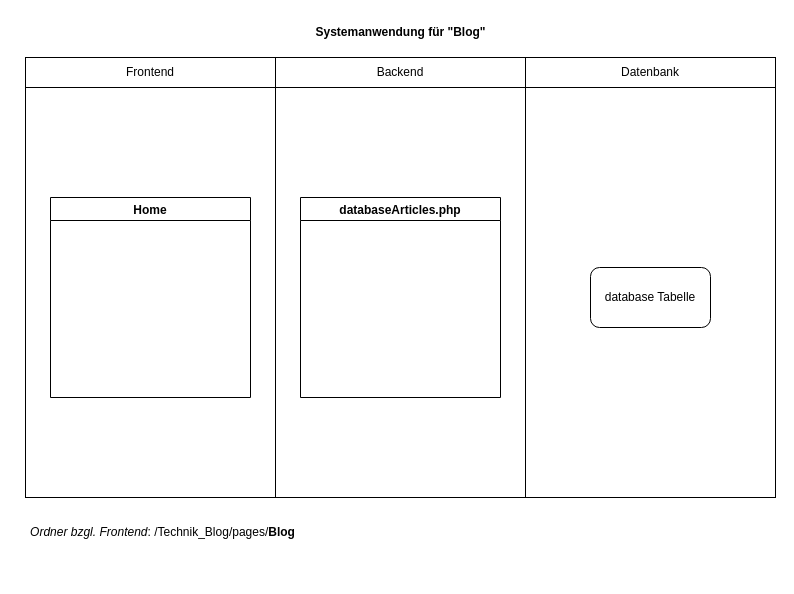
Earlier version of the draw.io diagram Dokumentation/Komponentenbeschriebung_Blog.drawio (CoffeeAddict987/Technik_Blog). Source tidied: cells renumbered, new cells numbered last; positions are measured from the earlier drawing's top-left corner, leaving out a move shared by most shapes. Both pictures are drawn from the tidied source at 100%, with x=0, y=0 at pixel (17, 17).
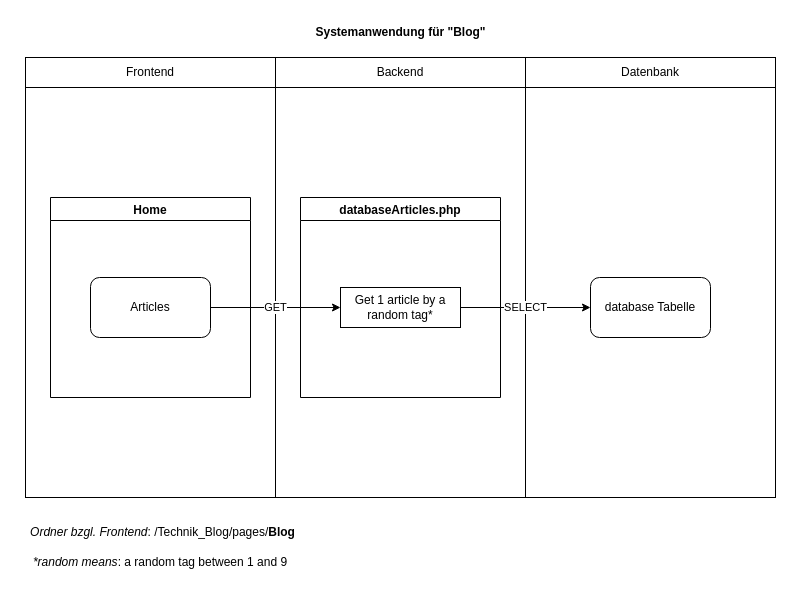
The same page after the edit.

What changed in the source:
```diff
@@
 <mxGraphModel>
   <root>
     <mxCell id="0" />
     <mxCell id="1" parent="0" />
     <mxCell id="2" value="Systemanwendung für &quot;Blog&quot;" style="text;html=1;strokeColor=none;fillColor=none;align=center;verticalAlign=middle;whiteSpace=wrap;rounded=0;fontStyle=1;" parent="1" vertex="1">
       <mxGeometry x="289.5" width="187" height="30" as="geometry" />
     </mxCell>
     <mxCell id="3" style="rounded=0;whiteSpace=wrap;html=1;labelPosition=center;verticalLabelPosition=top;align=center;verticalAlign=bottom;spacingTop=0;" parent="1" vertex="1">
       <mxGeometry x="8" y="40" width="250" height="440" as="geometry" />
     </mxCell>
     <mxCell id="4" style="rounded=0;whiteSpace=wrap;html=1;" parent="1" vertex="1">
       <mxGeometry x="258" y="40" width="250" height="440" as="geometry" />
     </mxCell>
     <mxCell id="5" style="rounded=0;whiteSpace=wrap;html=1;" parent="1" vertex="1">
       <mxGeometry x="508" y="40" width="250" height="440" as="geometry" />
     </mxCell>
     <mxCell id="6" value="Frontend" style="text;html=1;strokeColor=none;fillColor=none;align=center;verticalAlign=middle;whiteSpace=wrap;rounded=0;" parent="1" vertex="1">
       <mxGeometry x="103" y="40" width="60" height="30" as="geometry" />
     </mxCell>
     <mxCell id="7" value="Datenbank" style="text;html=1;strokeColor=none;fillColor=none;align=center;verticalAlign=middle;whiteSpace=wrap;rounded=0;" parent="1" vertex="1">
       <mxGeometry x="603" y="40" width="60" height="30" as="geometry" />
     </mxCell>
     <mxCell id="8" value="Backend" style="text;html=1;strokeColor=none;fillColor=none;align=center;verticalAlign=middle;whiteSpace=wrap;rounded=0;" parent="1" vertex="1">
       <mxGeometry x="353" y="40" width="60" height="30" as="geometry" />
     </mxCell>
     <mxCell id="9" style="endArrow=none;html=1;rounded=0;" parent="1" edge="1">
       <mxGeometry relative="1" as="geometry">
         <mxPoint x="8" y="70" as="sourcePoint" />
         <mxPoint x="758" y="70" as="targetPoint" />
       </mxGeometry>
     </mxCell>
     <mxCell id="10" value="Home" style="swimlane;" parent="1" vertex="1">
       <mxGeometry x="33" y="180" width="200" height="200" as="geometry" />
     </mxCell>
+    <mxCell id="14" value="Articles" style="rounded=1;whiteSpace=wrap;html=1;" parent="10" vertex="1">
+      <mxGeometry x="40" y="80" width="120" height="60" as="geometry" />
+    </mxCell>
     <mxCell id="11" value="databaseArticles.php" style="swimlane;" parent="1" vertex="1">
       <mxGeometry x="283" y="180" width="200" height="200" as="geometry" />
     </mxCell>
+    <mxCell id="15" value="Get 1 article by a random tag*" style="rounded=0;whiteSpace=wrap;html=1;" parent="11" vertex="1">
+      <mxGeometry x="40" y="90" width="120" height="40" as="geometry" />
+    </mxCell>
     <mxCell id="12" value="database Tabelle" style="rounded=1;whiteSpace=wrap;html=1;" parent="1" vertex="1">
-      <mxGeometry x="573" y="250" width="120" height="60" as="geometry" />
+      <mxGeometry x="573" y="260" width="120" height="60" as="geometry" />
     </mxCell>
     <mxCell id="13" value="&lt;i&gt;Ordner bzgl. Frontend&lt;/i&gt;: /Technik_Blog/pages/&lt;b&gt;Blog&lt;/b&gt;" style="text;html=1;align=center;verticalAlign=middle;strokeColor=none;fillColor=none;" parent="1" vertex="1">
       <mxGeometry x="-0.5" y="500" width="290" height="30" as="geometry" />
     </mxCell>
+    <mxCell id="16" value="&lt;i&gt;*random means&lt;/i&gt;: a random tag between 1 and 9" style="text;html=1;strokeColor=none;fillColor=none;align=center;verticalAlign=middle;whiteSpace=wrap;rounded=0;" parent="1" vertex="1">
+      <mxGeometry x="8" y="530" width="270" height="30" as="geometry" />
+    </mxCell>
+    <mxCell id="17" value="GET" style="endArrow=classic;html=1;rounded=0;exitX=1;exitY=0.5;exitDx=0;exitDy=0;entryX=0;entryY=0.5;entryDx=0;entryDy=0;" parent="1" edge="1" source="14" target="15">
+      <mxGeometry relative="1" as="geometry" />
+    </mxCell>
+    <mxCell id="18" value="SELECT" style="endArrow=classic;html=1;rounded=0;exitX=1;exitY=0.5;exitDx=0;exitDy=0;" parent="1" edge="1" source="15" target="12">
+      <mxGeometry relative="1" as="geometry" />
+    </mxCell>
   </root>
 </mxGraphModel>
```
